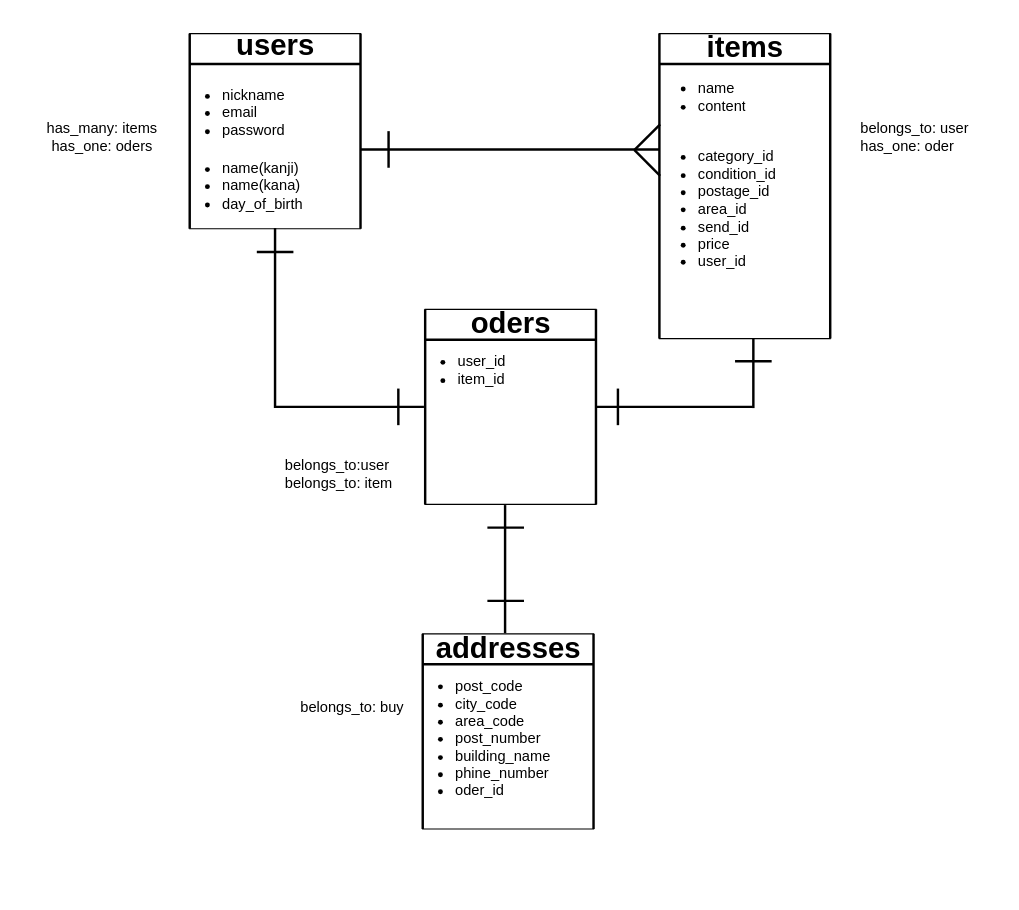
Before: furima-er.dio in tatsuaki1234/furima-27589, a draw.io diagram. Source tidied: cells renumbered, new cells numbered last; positions are measured from the earlier drawing's top-left corner, leaving out a move shared by most shapes. Both pictures are drawn from the tidied source at 122%, with x=0, y=0 at pixel (20, 21).
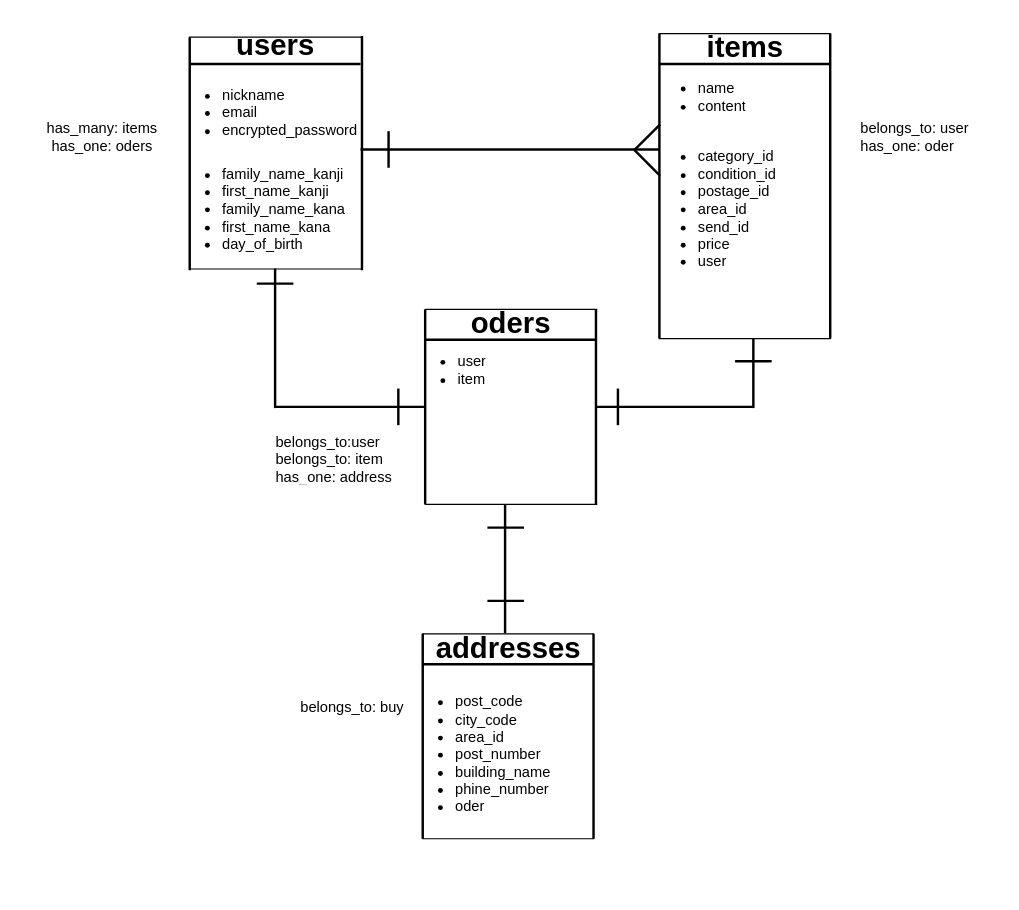
After the change.

The edit, as a diff of the source:
```diff
@@
-    <mxCell id="2" value="&lt;ul&gt;&lt;li&gt;nickname&lt;/li&gt;&lt;li&gt;email&lt;/li&gt;&lt;li&gt;password&lt;/li&gt;&lt;/ul&gt;" style="text;strokeColor=none;fillColor=none;html=1;whiteSpace=wrap;verticalAlign=middle;overflow=hidden;" parent="1" vertex="1">
-      <mxGeometry x="124" y="20" width="150" height="110" as="geometry" />
+    <mxCell id="2" value="&lt;ul&gt;&lt;li&gt;nickname&lt;/li&gt;&lt;li&gt;email&lt;/li&gt;&lt;li&gt;encrypted_password&lt;/li&gt;&lt;/ul&gt;" style="text;strokeColor=none;fillColor=none;html=1;whiteSpace=wrap;verticalAlign=middle;overflow=hidden;" parent="1" vertex="1">
+      <mxGeometry x="124" y="20" width="180" height="110" as="geometry" />
     </mxCell>
-    <mxCell id="3" value="&lt;ul&gt;&lt;li&gt;name(kanji)&lt;/li&gt;&lt;li&gt;name(kana)&lt;/li&gt;&lt;li&gt;day_of_birth&lt;/li&gt;&lt;/ul&gt;" style="text;strokeColor=none;fillColor=none;html=1;whiteSpace=wrap;verticalAlign=middle;overflow=hidden;" parent="1" vertex="1">
-      <mxGeometry x="124" y="80" width="150" height="110" as="geometry" />
+    <mxCell id="3" value="&lt;ul&gt;&lt;li&gt;family_name_kanji&lt;/li&gt;&lt;li&gt;first_name_kanji&lt;/li&gt;&lt;li&gt;family_name_kana&lt;/li&gt;&lt;li&gt;first_name_kana&lt;/li&gt;&lt;li&gt;day_of_birth&lt;/li&gt;&lt;/ul&gt;" style="text;strokeColor=none;fillColor=none;html=1;whiteSpace=wrap;verticalAlign=middle;overflow=hidden;" parent="1" vertex="1">
+      <mxGeometry x="124" y="73.6" width="180" height="160" as="geometry" />
     </mxCell>
     <mxCell id="4" style="shape=partialRectangle;whiteSpace=wrap;html=1;left=0;right=0;fillColor=none;" parent="1" vertex="1">
-      <mxGeometry x="139" y="10" width="140" height="160" as="geometry" />
+      <mxGeometry x="139" y="13" width="140" height="190" as="geometry" />
     </mxCell>
     <mxCell id="5" style="line;strokeWidth=2;direction=south;html=1;" parent="1" vertex="1">
-      <mxGeometry x="129" y="10" width="20" height="160" as="geometry" />
+      <mxGeometry x="129" y="13" width="20" height="191" as="geometry" />
     </mxCell>
     <mxCell id="6" style="line;strokeWidth=2;direction=south;html=1;" parent="1" vertex="1">
-      <mxGeometry x="274" y="10" width="10" height="160" as="geometry" />
+      <mxGeometry x="275.2" y="12" width="10" height="192" as="geometry" />
     </mxCell>
@@
-    <mxCell id="15" value="&lt;ul&gt;&lt;li&gt;category_id&lt;/li&gt;&lt;li&gt;condition_id&lt;br&gt;&lt;/li&gt;&lt;li&gt;postage_id&lt;/li&gt;&lt;li&gt;area_id&lt;/li&gt;&lt;li&gt;send_id&lt;/li&gt;&lt;li&gt;price&lt;/li&gt;&lt;li&gt;user_id&lt;/li&gt;&lt;/ul&gt;" style="text;strokeColor=none;fillColor=none;html=1;whiteSpace=wrap;verticalAlign=middle;overflow=hidden;" parent="1" vertex="1">
+    <mxCell id="15" value="&lt;ul&gt;&lt;li&gt;category_id&lt;/li&gt;&lt;li&gt;condition_id&lt;br&gt;&lt;/li&gt;&lt;li&gt;postage_id&lt;/li&gt;&lt;li&gt;area_id&lt;/li&gt;&lt;li&gt;send_id&lt;/li&gt;&lt;li&gt;price&lt;/li&gt;&lt;li&gt;user&lt;/li&gt;&lt;/ul&gt;" style="text;strokeColor=none;fillColor=none;html=1;whiteSpace=wrap;verticalAlign=middle;overflow=hidden;" parent="1" vertex="1">
       <mxGeometry x="514" y="26.6" width="110" height="254" as="geometry" />
     </mxCell>
-    <mxCell id="16" value="&lt;ul&gt;&lt;li&gt;user_id&lt;/li&gt;&lt;li&gt;item_id&lt;/li&gt;&lt;/ul&gt;" style="text;strokeColor=none;fillColor=none;html=1;whiteSpace=wrap;verticalAlign=middle;overflow=hidden;" parent="1" vertex="1">
+    <mxCell id="16" value="&lt;ul&gt;&lt;li&gt;user&lt;/li&gt;&lt;li&gt;item&lt;/li&gt;&lt;/ul&gt;" style="text;strokeColor=none;fillColor=none;html=1;whiteSpace=wrap;verticalAlign=middle;overflow=hidden;" parent="1" vertex="1">
       <mxGeometry x="317" y="231" width="150" height="110" as="geometry" />
     </mxCell>
     <mxCell id="17" style="shape=partialRectangle;whiteSpace=wrap;html=1;left=0;right=0;fillColor=none;" parent="1" vertex="1">
-      <mxGeometry x="332" y="236" width="140" height="160" as="geometry" />
+      <mxGeometry x="332.5" y="236" width="140" height="160" as="geometry" />
     </mxCell>
@@
-    <mxCell id="22" value="&lt;ul&gt;&lt;li&gt;post_code&lt;/li&gt;&lt;li&gt;city_code&lt;/li&gt;&lt;li&gt;area_code&lt;/li&gt;&lt;li&gt;post_number&lt;/li&gt;&lt;li&gt;building_name&lt;/li&gt;&lt;li&gt;phine_number&lt;/li&gt;&lt;li&gt;oder_id&lt;/li&gt;&lt;/ul&gt;" style="text;strokeColor=none;fillColor=none;html=1;whiteSpace=wrap;verticalAlign=middle;overflow=hidden;" parent="1" vertex="1">
-      <mxGeometry x="315" y="518.5" width="150" height="139" as="geometry" />
+    <mxCell id="22" value="&lt;ul&gt;&lt;li&gt;post_code&lt;/li&gt;&lt;li&gt;city_code&lt;/li&gt;&lt;li&gt;area_id&lt;/li&gt;&lt;li&gt;post_number&lt;/li&gt;&lt;li&gt;building_name&lt;/li&gt;&lt;li&gt;phine_number&lt;/li&gt;&lt;li&gt;oder&lt;/li&gt;&lt;/ul&gt;" style="text;strokeColor=none;fillColor=none;html=1;whiteSpace=wrap;verticalAlign=middle;overflow=hidden;" parent="1" vertex="1">
+      <mxGeometry x="315" y="490" width="150" height="221.5" as="geometry" />
     </mxCell>
     <mxCell id="23" style="shape=partialRectangle;whiteSpace=wrap;html=1;left=0;right=0;fillColor=none;" parent="1" vertex="1">
-      <mxGeometry x="330" y="502" width="140" height="160" as="geometry" />
+      <mxGeometry x="330" y="502" width="140" height="168" as="geometry" />
     </mxCell>
     <mxCell id="24" style="line;strokeWidth=2;direction=south;html=1;" parent="1" vertex="1">
-      <mxGeometry x="320" y="502" width="20" height="160" as="geometry" />
+      <mxGeometry x="320" y="502" width="20" height="168" as="geometry" />
     </mxCell>
     <mxCell id="25" style="line;strokeWidth=2;direction=south;html=1;" parent="1" vertex="1">
-      <mxGeometry x="465" y="502" width="10" height="160" as="geometry" />
+      <mxGeometry x="465" y="502" width="10" height="168" as="geometry" />
     </mxCell>
@@
     <mxCell id="32" style="line;strokeWidth=2;html=1;rotation=-180;" parent="1" vertex="1">
-      <mxGeometry x="194" y="184" width="30" height="10" as="geometry" />
+      <mxGeometry x="194" y="210" width="30" height="10" as="geometry" />
     </mxCell>
     <mxCell id="33" style="line;strokeWidth=2;html=1;rotation=-90;" parent="1" vertex="1">
-      <mxGeometry x="135.2" y="238.2" width="147.5" height="10" as="geometry" />
+      <mxGeometry x="151.8" y="254.8" width="114.4" height="10" as="geometry" />
     </mxCell>
@@
-    <mxCell id="45" value="&lt;div style=&quot;text-align: left&quot;&gt;&lt;span&gt;belongs_to:user&lt;/span&gt;&lt;/div&gt;&lt;div style=&quot;text-align: left&quot;&gt;&lt;span&gt;belongs_to: item&lt;/span&gt;&lt;/div&gt;" style="text;html=1;strokeColor=none;fillColor=none;align=center;verticalAlign=middle;whiteSpace=wrap;overflow=hidden;" parent="1" vertex="1">
-      <mxGeometry x="194" y="341" width="135" height="60" as="geometry" />
+    <mxCell id="45" value="&lt;div style=&quot;text-align: left&quot;&gt;&lt;br&gt;&lt;/div&gt;&lt;div style=&quot;text-align: left&quot;&gt;&lt;span&gt;belongs_to:user&lt;/span&gt;&lt;/div&gt;&lt;div style=&quot;text-align: left&quot;&gt;&lt;span&gt;belongs_to: item&lt;/span&gt;&lt;/div&gt;&lt;div style=&quot;text-align: left&quot;&gt;&lt;span&gt;has_one: address&lt;/span&gt;&lt;/div&gt;" style="text;html=1;strokeColor=none;fillColor=none;align=center;verticalAlign=middle;whiteSpace=wrap;overflow=hidden;" parent="1" vertex="1">
+      <mxGeometry x="190" y="321" width="135" height="60" as="geometry" />
     </mxCell>
```
